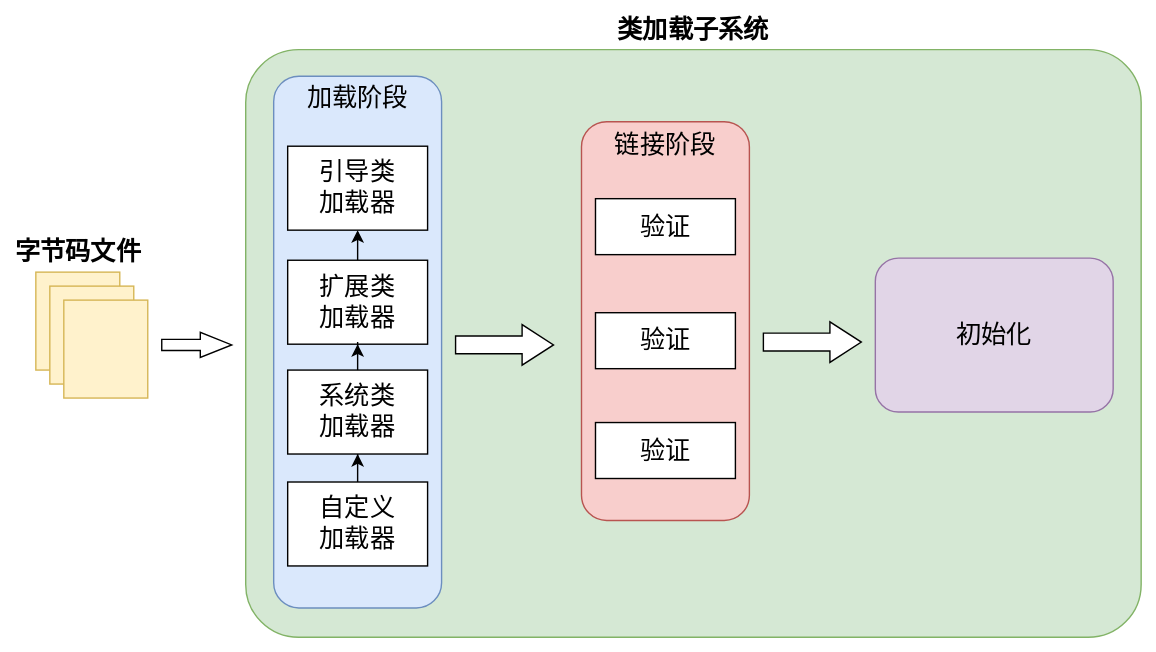
Earlier version of the draw.io export Java/JVM/JVM内存模型/类加载子系统结构.drawio.svg (Developer-Tang/notes). Source tidied: cells renumbered, new cells last; positions are measured from the earlier drawing's top-left corner, leaving out a move shared by most shapes.
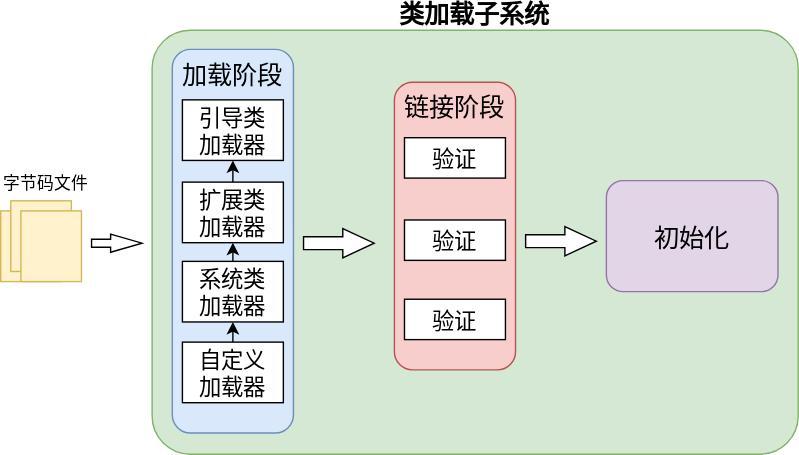
The same diagram one commit later.

What changed in the source:
```diff
@@ -2,65 +2,68 @@
   <root>
     <mxCell id="0" />
     <mxCell id="1" parent="0" />
-    <mxCell id="2" value="类加载子系统" style="rounded=1;whiteSpace=wrap;html=1;labelPosition=center;verticalLabelPosition=top;align=center;verticalAlign=bottom;fontStyle=1;fontSize=18;labelBorderColor=none;fillColor=#d5e8d4;strokeColor=#82b366;arcSize=9;" parent="1" vertex="1">
-      <mxGeometry x="150" width="640" height="420" as="geometry" />
+    <mxCell id="2" value="类加载子系统" style="rounded=1;labelPosition=center;verticalLabelPosition=top;align=center;verticalAlign=bottom;fontStyle=1;fontSize=18;labelBorderColor=none;fillColor=#d5e8d4;strokeColor=#82b366;arcSize=9;" parent="1" vertex="1">
+      <mxGeometry x="96.2" y="-31" width="461.7" height="303" as="geometry" />
     </mxCell>
-    <mxCell id="3" value="字节码文件" style="rounded=0;fontSize=18;labelPosition=center;verticalLabelPosition=top;align=center;verticalAlign=bottom;fontStyle=1;html=1;fillColor=#fff2cc;strokeColor=#d6b656;" parent="1" vertex="1">
-      <mxGeometry y="159" width="60" height="70" as="geometry" />
+    <mxCell id="3" style="rounded=0;fontSize=18;labelPosition=center;verticalLabelPosition=top;align=center;verticalAlign=bottom;fontStyle=1;fillColor=#fff2cc;strokeColor=#d6b656;" parent="1" vertex="1">
+      <mxGeometry x="-12" y="98.1" width="43.3" height="50.5" as="geometry" />
     </mxCell>
-    <mxCell id="4" style="html=1;shadow=0;dashed=0;align=center;verticalAlign=middle;shape=mxgraph.arrows2.arrow;dy=0.56;dx=22.45;notch=0;fontSize=18;" parent="1" vertex="1">
-      <mxGeometry x="90" y="202" width="50" height="18" as="geometry" />
+    <mxCell id="4" style="shadow=0;dashed=0;align=center;verticalAlign=middle;shape=mxgraph.arrows2.arrow;dy=0.56;dx=22.45;notch=0;fontSize=18;" parent="1" vertex="1">
+      <mxGeometry x="52.9" y="114.7" width="36.1" height="13" as="geometry" />
     </mxCell>
-    <mxCell id="5" style="rounded=0;fontSize=18;labelPosition=center;verticalLabelPosition=top;align=center;verticalAlign=bottom;fontStyle=1;html=1;fillColor=#fff2cc;strokeColor=#d6b656;" parent="1" vertex="1">
-      <mxGeometry x="10" y="169" width="60" height="70" as="geometry" />
+    <mxCell id="5" style="rounded=0;fontSize=18;labelPosition=right;verticalLabelPosition=top;align=left;verticalAlign=bottom;fontStyle=1;fillColor=#fff2cc;strokeColor=#d6b656;" parent="1" vertex="1">
+      <mxGeometry x="-4.8" y="90.9" width="43.3" height="50.5" as="geometry" />
     </mxCell>
-    <mxCell id="6" style="rounded=0;fontSize=18;labelPosition=center;verticalLabelPosition=top;align=center;verticalAlign=bottom;fontStyle=1;html=1;fillColor=#fff2cc;strokeColor=#d6b656;" parent="1" vertex="1">
-      <mxGeometry x="20" y="179" width="60" height="70" as="geometry" />
+    <mxCell id="6" style="rounded=0;fontSize=18;labelPosition=center;verticalLabelPosition=top;align=center;verticalAlign=bottom;fontStyle=1;fillColor=#fff2cc;strokeColor=#d6b656;" parent="1" vertex="1">
+      <mxGeometry x="2.4" y="98.1" width="43.3" height="50.5" as="geometry" />
     </mxCell>
-    <mxCell id="7" value="加载阶段" style="rounded=1;whiteSpace=wrap;html=1;fontSize=18;fillColor=#dae8fc;align=center;strokeColor=#6c8ebf;labelPosition=center;verticalLabelPosition=top;verticalAlign=bottom;spacingTop=0;spacingBottom=-30;" parent="1" vertex="1">
-      <mxGeometry x="170" y="19" width="120" height="380" as="geometry" />
+    <mxCell id="7" value="加载阶段" style="rounded=1;fontSize=18;fillColor=#dae8fc;align=center;strokeColor=#6c8ebf;labelPosition=center;verticalLabelPosition=top;verticalAlign=bottom;spacingTop=0;spacingBottom=-30;" parent="1" vertex="1">
+      <mxGeometry x="110.6" y="-17.3" width="86.6" height="274.1" as="geometry" />
     </mxCell>
-    <mxCell id="8" value="引导类&lt;br&gt;加载器" style="rounded=0;whiteSpace=wrap;html=1;fontSize=18;fillColor=#FFFFFF;align=center;" parent="1" vertex="1">
-      <mxGeometry x="180" y="69" width="100" height="60" as="geometry" />
+    <mxCell id="8" value="引导类&#10;加载器" style="rounded=0;fontSize=16;fillColor=#FFFFFF;align=center;" parent="1" vertex="1">
+      <mxGeometry x="117.9" y="18.8" width="72.1" height="43.3" as="geometry" />
     </mxCell>
-    <mxCell id="9" style="edgeStyle=orthogonalEdgeStyle;rounded=0;jettySize=auto;html=1;fontSize=18;" parent="1" edge="1" source="10" target="8">
+    <mxCell id="9" style="edgeStyle=orthogonalEdgeStyle;rounded=0;jettySize=auto;html=1;exitX=0.5;exitY=0;exitDx=0;exitDy=0;entryX=0.5;entryY=1;entryDx=0;entryDy=0;" parent="1" edge="1" source="10" target="8">
       <mxGeometry relative="1" as="geometry" />
     </mxCell>
-    <mxCell id="10" value="扩展类&lt;br&gt;加载器" style="rounded=0;whiteSpace=wrap;html=1;fontSize=18;fillColor=#FFFFFF;align=center;" parent="1" vertex="1">
-      <mxGeometry x="180" y="150.5" width="100" height="60" as="geometry" />
+    <mxCell id="10" value="扩展类&#10;加载器" style="rounded=0;fontSize=16;fillColor=#FFFFFF;align=center;" parent="1" vertex="1">
+      <mxGeometry x="117.9" y="77.6" width="72.1" height="43.3" as="geometry" />
     </mxCell>
-    <mxCell id="11" style="edgeStyle=orthogonalEdgeStyle;rounded=0;jettySize=auto;html=1;fontSize=18;" parent="1" edge="1" source="12" target="10">
+    <mxCell id="11" style="edgeStyle=orthogonalEdgeStyle;rounded=0;jettySize=auto;fontSize=18;exitX=0.5;exitY=0;exitDx=0;exitDy=0;entryX=0.5;entryY=1;entryDx=0;entryDy=0;" parent="1" edge="1" source="12" target="10">
       <mxGeometry relative="1" as="geometry" />
     </mxCell>
-    <mxCell id="12" value="系统类&lt;br&gt;加载器" style="rounded=0;whiteSpace=wrap;html=1;fontSize=18;fillColor=#FFFFFF;align=center;" parent="1" vertex="1">
-      <mxGeometry x="180" y="229" width="100" height="60" as="geometry" />
+    <mxCell id="12" value="系统类&#10;加载器" style="rounded=0;fontSize=16;fillColor=#FFFFFF;align=center;" parent="1" vertex="1">
+      <mxGeometry x="117.9" y="134.2" width="72.1" height="43.3" as="geometry" />
     </mxCell>
-    <mxCell id="13" style="edgeStyle=orthogonalEdgeStyle;rounded=0;jettySize=auto;html=1;exitX=0.5;exitY=0;exitDx=0;exitDy=0;fontSize=18;" parent="1" edge="1" source="14" target="12">
+    <mxCell id="13" style="edgeStyle=orthogonalEdgeStyle;rounded=0;jettySize=auto;html=1;exitX=0.5;exitY=0;exitDx=0;exitDy=0;entryX=0.5;entryY=1;entryDx=0;entryDy=0;" parent="1" edge="1" source="14" target="12">
       <mxGeometry relative="1" as="geometry" />
     </mxCell>
-    <mxCell id="14" value="自定义&lt;br&gt;加载器" style="rounded=0;whiteSpace=wrap;html=1;fontSize=18;fillColor=#FFFFFF;align=center;" parent="1" vertex="1">
-      <mxGeometry x="180" y="309" width="100" height="60" as="geometry" />
+    <mxCell id="14" value="自定义&#10;加载器" style="rounded=0;fontSize=16;fillColor=#FFFFFF;align=center;" parent="1" vertex="1">
+      <mxGeometry x="117.9" y="191.9" width="72.1" height="43.3" as="geometry" />
     </mxCell>
-    <mxCell id="15" value="链接阶段" style="rounded=1;whiteSpace=wrap;html=1;fontSize=18;fillColor=#f8cecc;align=center;strokeColor=#b85450;labelPosition=center;verticalLabelPosition=top;verticalAlign=bottom;spacingTop=0;spacingBottom=-30;" parent="1" vertex="1">
-      <mxGeometry x="390" y="51.5" width="120" height="285" as="geometry" />
+    <mxCell id="15" value="链接阶段" style="rounded=1;fontSize=18;fillColor=#f8cecc;align=center;strokeColor=#b85450;labelPosition=center;verticalLabelPosition=top;verticalAlign=bottom;spacingTop=0;spacingBottom=-30;" parent="1" vertex="1">
+      <mxGeometry x="269.4" y="6.2" width="86.6" height="205.6" as="geometry" />
     </mxCell>
-    <mxCell id="16" value="验证" style="rounded=0;whiteSpace=wrap;html=1;fontSize=18;fillColor=#FFFFFF;align=center;" parent="1" vertex="1">
-      <mxGeometry x="400" y="106.5" width="100" height="40" as="geometry" />
+    <mxCell id="16" value="验证" style="rounded=0;fontSize=16;fillColor=#FFFFFF;align=center;" parent="1" vertex="1">
+      <mxGeometry x="276.6" y="45.8" width="72.1" height="28.9" as="geometry" />
     </mxCell>
-    <mxCell id="17" value="验证" style="rounded=0;whiteSpace=wrap;html=1;fontSize=18;fillColor=#FFFFFF;align=center;" parent="1" vertex="1">
-      <mxGeometry x="400" y="188" width="100" height="40" as="geometry" />
+    <mxCell id="17" value="验证" style="rounded=0;fontSize=16;fillColor=#FFFFFF;align=center;" parent="1" vertex="1">
+      <mxGeometry x="276.6" y="104.6" width="72.1" height="28.9" as="geometry" />
     </mxCell>
-    <mxCell id="18" value="验证" style="rounded=0;whiteSpace=wrap;html=1;fontSize=18;fillColor=#FFFFFF;align=center;" parent="1" vertex="1">
-      <mxGeometry x="400" y="266.5" width="100" height="40" as="geometry" />
+    <mxCell id="18" value="验证" style="rounded=0;fontSize=16;fillColor=#FFFFFF;align=center;" parent="1" vertex="1">
+      <mxGeometry x="276.6" y="161.3" width="72.1" height="28.9" as="geometry" />
     </mxCell>
-    <mxCell id="19" value="初始化" style="rounded=1;whiteSpace=wrap;html=1;fontSize=18;fillColor=#e1d5e7;align=center;strokeColor=#9673a6;" parent="1" vertex="1">
-      <mxGeometry x="600" y="149" width="170" height="110" as="geometry" />
+    <mxCell id="19" value="初始化" style="rounded=1;fontSize=18;fillColor=#e1d5e7;align=center;strokeColor=#9673a6;" parent="1" vertex="1">
+      <mxGeometry x="420.9" y="76.5" width="122.6" height="79.4" as="geometry" />
     </mxCell>
-    <mxCell id="20" style="html=1;shadow=0;dashed=0;align=center;verticalAlign=middle;shape=mxgraph.arrows2.arrow;dy=0.56;dx=22.45;notch=0;fontSize=18;" parent="1" vertex="1">
-      <mxGeometry x="300" y="196.5" width="70" height="29" as="geometry" />
+    <mxCell id="20" style="shadow=0;dashed=0;align=center;verticalAlign=middle;shape=mxgraph.arrows2.arrow;dy=0.56;dx=22.45;notch=0;fontSize=18;" parent="1" vertex="1">
+      <mxGeometry x="204.4" y="110.8" width="50.5" height="20.9" as="geometry" />
     </mxCell>
-    <mxCell id="21" style="html=1;shadow=0;dashed=0;align=center;verticalAlign=middle;shape=mxgraph.arrows2.arrow;dy=0.56;dx=22.45;notch=0;fontSize=18;" parent="1" vertex="1">
-      <mxGeometry x="520" y="194.5" width="70" height="29" as="geometry" />
+    <mxCell id="21" style="shadow=0;dashed=0;align=center;verticalAlign=middle;shape=mxgraph.arrows2.arrow;dy=0.56;dx=22.45;notch=0;fontSize=18;" parent="1" vertex="1">
+      <mxGeometry x="363.1" y="109.3" width="50.5" height="20.9" as="geometry" />
     </mxCell>
+    <mxCell id="22" value="字节码文件" style="text;" parent="1" vertex="1">
+      <mxGeometry x="-12" y="64.7" width="120" height="50" as="geometry" />
+    </mxCell>
   </root>
 </mxGraphModel>
```
